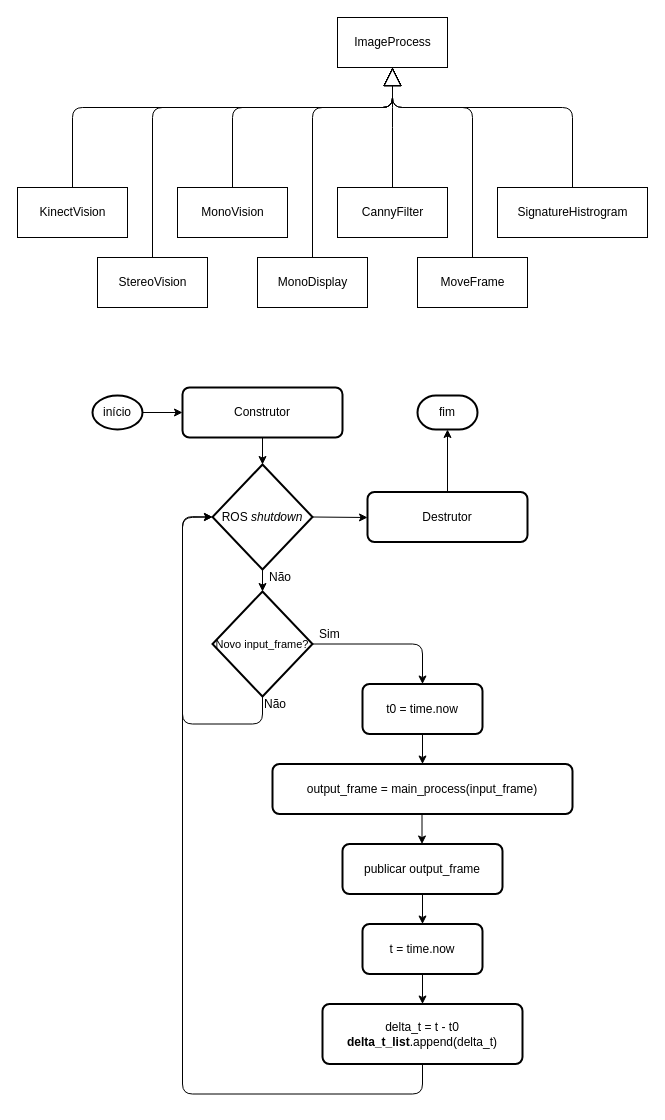
Above: diagramas/image_process.drawio in bydansouza/ifscTCC (draw.io), before the change. Source tidied: cells renumbered, new cells numbered last; positions are measured from the earlier drawing's top-left corner, leaving out a move shared by most shapes. Both pictures are drawn from the tidied source at 100%, with x=0, y=0 at pixel (17, 17).
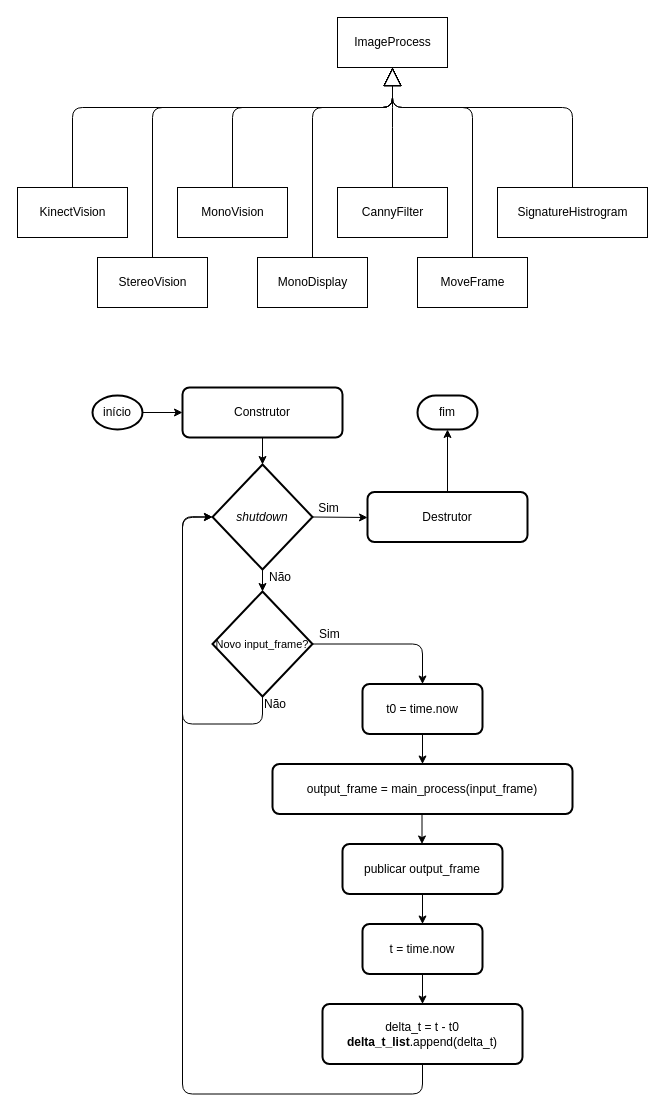
The same page after the edit.

The change refers to these unchanged cells:
```xml
<mxCell id="39" style="endArrow=classic;html=1;exitX=1;exitY=0.5;exitDx=0;exitDy=0;exitPerimeter=0;" parent="1" edge="1" source="35">
  <mxGeometry relative="1" as="geometry">
    <mxPoint x="350" y="500" as="targetPoint" />
  </mxGeometry>
</mxCell>
```

The edit, as a diff of the source:
```diff
@@
-    <mxCell id="35" value="ROS &lt;i&gt;shutdown&lt;/i&gt;" style="strokeWidth=2;html=1;shape=mxgraph.flowchart.decision;whiteSpace=wrap;" parent="1" vertex="1">
+    <mxCell id="35" value="&lt;i&gt;shutdown&lt;/i&gt;" style="strokeWidth=2;html=1;shape=mxgraph.flowchart.decision;whiteSpace=wrap;" parent="1" vertex="1">
       <mxGeometry x="195" y="447" width="100" height="105" as="geometry" />
     </mxCell>
@@
+    <mxCell id="43" value="Sim" style="text;html=1;align=center;verticalAlign=middle;labelBackgroundColor=#ffffff;" parent="39" vertex="1">
+      <mxGeometry x="-0.49" y="2" relative="1" as="geometry">
+        <mxPoint x="1" y="-7.5" as="offset" />
+      </mxGeometry>
+    </mxCell>
```
